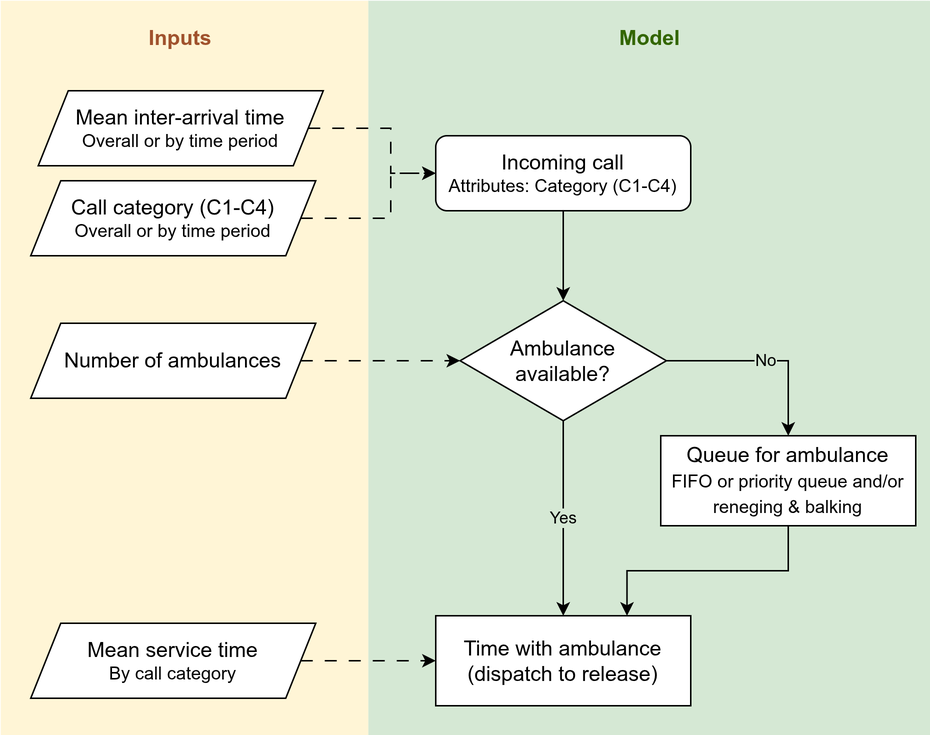
Before: docs/images/stage1.drawio.png, a diagram exported from draw.io (ambmodels/ambdes). Source tidied: cells renumbered, new cells last; positions are measured from the earlier drawing's top-left corner, leaving out a move shared by most shapes. Its diagram source:
```xml
<mxGraphModel>
  <root>
    <mxCell id="0" />
    <mxCell id="1" parent="0" />
    <mxCell id="2" style="rounded=0;whiteSpace=wrap;html=1;strokeColor=none;fillColor=#d5e8d4;" parent="1" vertex="1">
      <mxGeometry x="245" width="375" height="490" as="geometry" />
    </mxCell>
    <mxCell id="3" style="rounded=0;whiteSpace=wrap;html=1;strokeColor=none;fillColor=#fff2cc;opacity=80;" parent="1" vertex="1">
      <mxGeometry width="245" height="490" as="geometry" />
    </mxCell>
    <mxCell id="4" style="edgeStyle=orthogonalEdgeStyle;rounded=0;jettySize=auto;html=1;exitX=1;exitY=0.5;exitDx=0;exitDy=0;entryX=0;entryY=0.5;entryDx=0;entryDy=0;dashed=1;dashPattern=8 8;" parent="1" edge="1" source="5" target="15">
      <mxGeometry relative="1" as="geometry">
        <Array as="points">
          <mxPoint x="260" y="85" />
          <mxPoint x="260" y="115" />
        </Array>
      </mxGeometry>
    </mxCell>
    <mxCell id="5" value="&lt;font style=&quot;font-size: 14px;&quot;&gt;Mean inter-arrival time&lt;/font&gt;&lt;div&gt;Overall or by time period&lt;/div&gt;" style="shape=parallelogram;perimeter=parallelogramPerimeter;whiteSpace=wrap;html=1;fixedSize=1;" parent="1" vertex="1">
      <mxGeometry x="25" y="60" width="190" height="50" as="geometry" />
    </mxCell>
    <mxCell id="6" style="edgeStyle=orthogonalEdgeStyle;rounded=0;jettySize=auto;html=1;exitX=1;exitY=0.5;exitDx=0;exitDy=0;entryX=0;entryY=0.5;entryDx=0;entryDy=0;dashed=1;dashPattern=8 8;" parent="1" edge="1" source="7" target="15">
      <mxGeometry relative="1" as="geometry">
        <Array as="points">
          <mxPoint x="260" y="145" />
          <mxPoint x="260" y="115" />
        </Array>
      </mxGeometry>
    </mxCell>
    <mxCell id="7" value="&lt;font style=&quot;font-size: 14px;&quot;&gt;Call category (C1-C4)&lt;/font&gt;&lt;div&gt;Overall or by time period&lt;/div&gt;" style="shape=parallelogram;perimeter=parallelogramPerimeter;whiteSpace=wrap;html=1;fixedSize=1;" parent="1" vertex="1">
      <mxGeometry x="20" y="120" width="190" height="50" as="geometry" />
    </mxCell>
    <mxCell id="8" style="edgeStyle=orthogonalEdgeStyle;rounded=0;jettySize=auto;html=1;exitX=1;exitY=0.5;exitDx=0;exitDy=0;entryX=0;entryY=0.5;entryDx=0;entryDy=0;dashed=1;dashPattern=8 8;" parent="1" edge="1" source="9" target="18">
      <mxGeometry relative="1" as="geometry" />
    </mxCell>
    <mxCell id="9" value="&lt;span style=&quot;font-size: 14px;&quot;&gt;Number of ambulances&lt;/span&gt;" style="shape=parallelogram;perimeter=parallelogramPerimeter;whiteSpace=wrap;html=1;fixedSize=1;" parent="1" vertex="1">
      <mxGeometry x="20" y="215" width="190" height="50" as="geometry" />
    </mxCell>
    <mxCell id="10" style="edgeStyle=orthogonalEdgeStyle;rounded=0;jettySize=auto;html=1;exitX=1;exitY=0.5;exitDx=0;exitDy=0;entryX=0;entryY=0.5;entryDx=0;entryDy=0;dashed=1;dashPattern=8 8;" parent="1" edge="1" source="11" target="21">
      <mxGeometry relative="1" as="geometry" />
    </mxCell>
    <mxCell id="11" value="&lt;span style=&quot;font-size: 14px;&quot;&gt;Mean service time&lt;/span&gt;&lt;div&gt;&lt;font&gt;By call category&lt;/font&gt;&lt;/div&gt;" style="shape=parallelogram;perimeter=parallelogramPerimeter;whiteSpace=wrap;html=1;fixedSize=1;" parent="1" vertex="1">
      <mxGeometry x="20" y="415" width="190" height="50" as="geometry" />
    </mxCell>
    <mxCell id="12" value="Inputs" style="text;html=1;whiteSpace=wrap;strokeColor=none;fillColor=none;align=center;verticalAlign=middle;rounded=0;fontSize=14;fontStyle=1;fontColor=light-dark(#A0522D,#AF755B);" parent="1" vertex="1">
      <mxGeometry x="90" y="10" width="60" height="30" as="geometry" />
    </mxCell>
    <mxCell id="13" value="Model" style="text;html=1;whiteSpace=wrap;strokeColor=none;fillColor=none;align=center;verticalAlign=middle;rounded=0;fontSize=14;fontStyle=1;fontColor=#336600;" parent="1" vertex="1">
      <mxGeometry x="402.5" y="10" width="60" height="30" as="geometry" />
    </mxCell>
    <mxCell id="14" style="edgeStyle=orthogonalEdgeStyle;rounded=0;jettySize=auto;html=1;exitX=0.5;exitY=1;exitDx=0;exitDy=0;entryX=0.5;entryY=0;entryDx=0;entryDy=0;" parent="1" edge="1" source="15" target="18">
      <mxGeometry relative="1" as="geometry" />
    </mxCell>
    <mxCell id="15" value="&lt;font style=&quot;font-size: 14px;&quot;&gt;Incoming call&lt;/font&gt;&lt;div&gt;Attributes: Category (C1-C4)&lt;/div&gt;" style="rounded=1;whiteSpace=wrap;html=1;" parent="1" vertex="1">
      <mxGeometry x="290" y="90" width="170" height="50" as="geometry" />
    </mxCell>
    <mxCell id="16" value="No" style="edgeStyle=orthogonalEdgeStyle;rounded=0;jettySize=auto;html=1;exitX=1;exitY=0.5;exitDx=0;exitDy=0;labelBackgroundColor=#D5E8D4;" parent="1" edge="1" source="18" target="20">
      <mxGeometry relative="1" as="geometry" />
    </mxCell>
    <mxCell id="17" value="Yes" style="edgeStyle=orthogonalEdgeStyle;rounded=0;jettySize=auto;html=1;exitX=0.5;exitY=1;exitDx=0;exitDy=0;entryX=0.5;entryY=0;entryDx=0;entryDy=0;labelBackgroundColor=#D5E8D4;" parent="1" edge="1" source="18" target="21">
      <mxGeometry relative="1" as="geometry" />
    </mxCell>
    <mxCell id="18" value="Ambulance available?" style="rhombus;whiteSpace=wrap;html=1;fontSize=14;" parent="1" vertex="1">
      <mxGeometry x="306.2" y="200" width="137.5" height="80" as="geometry" />
    </mxCell>
    <mxCell id="19" style="edgeStyle=orthogonalEdgeStyle;rounded=0;jettySize=auto;html=1;exitX=0.5;exitY=1;exitDx=0;exitDy=0;entryX=0.75;entryY=0;entryDx=0;entryDy=0;" parent="1" edge="1" source="20" target="21">
      <mxGeometry relative="1" as="geometry" />
    </mxCell>
    <mxCell id="20" value="Queue for ambulance&lt;div&gt;&lt;font style=&quot;font-size: 12px;&quot;&gt;FIFO or priority queue and/or reneging &amp;amp; balking&lt;/font&gt;&lt;/div&gt;" style="rounded=0;whiteSpace=wrap;html=1;fontSize=14;" parent="1" vertex="1">
      <mxGeometry x="440" y="290" width="170" height="60" as="geometry" />
    </mxCell>
    <mxCell id="21" value="Time with ambulance&lt;div&gt;(dispatch to release)&lt;/div&gt;" style="rounded=0;whiteSpace=wrap;html=1;fontSize=14;" parent="1" vertex="1">
      <mxGeometry x="290" y="410" width="170" height="60" as="geometry" />
    </mxCell>
  </root>
</mxGraphModel>
```
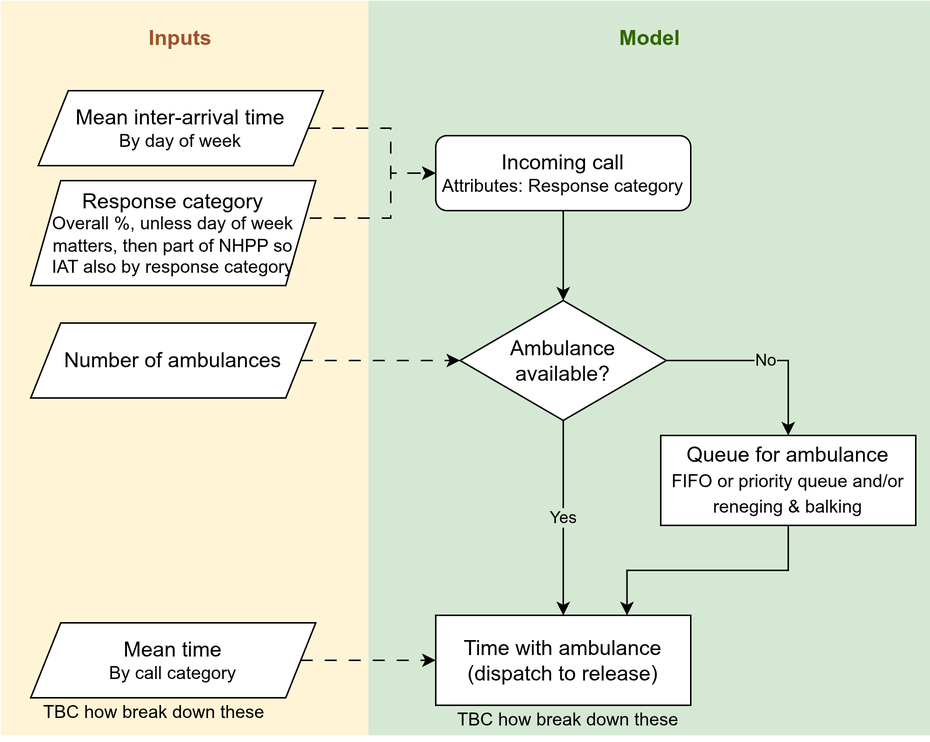
Later version of the same file.

Commit message:
docs(conceptual/literature): update following meeting with ambulance service

What changed in the source:
```diff
@@ -16,7 +16,7 @@
         </Array>
       </mxGeometry>
     </mxCell>
-    <mxCell id="5" value="&lt;font style=&quot;font-size: 14px;&quot;&gt;Mean inter-arrival time&lt;/font&gt;&lt;div&gt;Overall or by time period&lt;/div&gt;" style="shape=parallelogram;perimeter=parallelogramPerimeter;whiteSpace=wrap;html=1;fixedSize=1;" parent="1" vertex="1">
+    <mxCell id="5" value="&lt;font style=&quot;font-size: 14px;&quot;&gt;Mean inter-arrival time&lt;/font&gt;&lt;div&gt;By day of week&lt;/div&gt;" style="shape=parallelogram;perimeter=parallelogramPerimeter;whiteSpace=wrap;html=1;fixedSize=1;" parent="1" vertex="1">
       <mxGeometry x="25" y="60" width="190" height="50" as="geometry" />
     </mxCell>
     <mxCell id="6" style="edgeStyle=orthogonalEdgeStyle;rounded=0;jettySize=auto;html=1;exitX=1;exitY=0.5;exitDx=0;exitDy=0;entryX=0;entryY=0.5;entryDx=0;entryDy=0;dashed=1;dashPattern=8 8;" parent="1" edge="1" source="7" target="15">
@@ -27,8 +27,8 @@
         </Array>
       </mxGeometry>
     </mxCell>
-    <mxCell id="7" value="&lt;font style=&quot;font-size: 14px;&quot;&gt;Call category (C1-C4)&lt;/font&gt;&lt;div&gt;Overall or by time period&lt;/div&gt;" style="shape=parallelogram;perimeter=parallelogramPerimeter;whiteSpace=wrap;html=1;fixedSize=1;" parent="1" vertex="1">
-      <mxGeometry x="20" y="120" width="190" height="50" as="geometry" />
+    <mxCell id="7" value="&lt;font style=&quot;font-size: 14px;&quot;&gt;Response category&lt;/font&gt;&lt;div&gt;Overall %, unless day of week matters, then part of NHPP so&lt;/div&gt;&lt;div&gt;IAT also by response category&lt;/div&gt;" style="shape=parallelogram;perimeter=parallelogramPerimeter;whiteSpace=wrap;html=1;fixedSize=1;" parent="1" vertex="1">
+      <mxGeometry x="20" y="120" width="190" height="70" as="geometry" />
     </mxCell>
     <mxCell id="8" style="edgeStyle=orthogonalEdgeStyle;rounded=0;jettySize=auto;html=1;exitX=1;exitY=0.5;exitDx=0;exitDy=0;entryX=0;entryY=0.5;entryDx=0;entryDy=0;dashed=1;dashPattern=8 8;" parent="1" edge="1" source="9" target="18">
       <mxGeometry relative="1" as="geometry" />
@@ -39,7 +39,7 @@
     <mxCell id="10" style="edgeStyle=orthogonalEdgeStyle;rounded=0;jettySize=auto;html=1;exitX=1;exitY=0.5;exitDx=0;exitDy=0;entryX=0;entryY=0.5;entryDx=0;entryDy=0;dashed=1;dashPattern=8 8;" parent="1" edge="1" source="11" target="21">
       <mxGeometry relative="1" as="geometry" />
     </mxCell>
-    <mxCell id="11" value="&lt;span style=&quot;font-size: 14px;&quot;&gt;Mean service time&lt;/span&gt;&lt;div&gt;&lt;font&gt;By call category&lt;/font&gt;&lt;/div&gt;" style="shape=parallelogram;perimeter=parallelogramPerimeter;whiteSpace=wrap;html=1;fixedSize=1;" parent="1" vertex="1">
+    <mxCell id="11" value="&lt;span style=&quot;font-size: 14px;&quot;&gt;Mean time&lt;/span&gt;&lt;div&gt;&lt;font&gt;By call category&lt;/font&gt;&lt;/div&gt;" style="shape=parallelogram;perimeter=parallelogramPerimeter;whiteSpace=wrap;html=1;fixedSize=1;" parent="1" vertex="1">
       <mxGeometry x="20" y="415" width="190" height="50" as="geometry" />
     </mxCell>
     <mxCell id="12" value="Inputs" style="text;html=1;whiteSpace=wrap;strokeColor=none;fillColor=none;align=center;verticalAlign=middle;rounded=0;fontSize=14;fontStyle=1;fontColor=light-dark(#A0522D,#AF755B);" parent="1" vertex="1">
@@ -51,7 +51,7 @@
     <mxCell id="14" style="edgeStyle=orthogonalEdgeStyle;rounded=0;jettySize=auto;html=1;exitX=0.5;exitY=1;exitDx=0;exitDy=0;entryX=0.5;entryY=0;entryDx=0;entryDy=0;" parent="1" edge="1" source="15" target="18">
       <mxGeometry relative="1" as="geometry" />
     </mxCell>
-    <mxCell id="15" value="&lt;font style=&quot;font-size: 14px;&quot;&gt;Incoming call&lt;/font&gt;&lt;div&gt;Attributes: Category (C1-C4)&lt;/div&gt;" style="rounded=1;whiteSpace=wrap;html=1;" parent="1" vertex="1">
+    <mxCell id="15" value="&lt;font style=&quot;font-size: 14px;&quot;&gt;Incoming call&lt;/font&gt;&lt;div&gt;Attributes: Response category&lt;/div&gt;" style="rounded=1;whiteSpace=wrap;html=1;" parent="1" vertex="1">
       <mxGeometry x="290" y="90" width="170" height="50" as="geometry" />
     </mxCell>
     <mxCell id="16" value="No" style="edgeStyle=orthogonalEdgeStyle;rounded=0;jettySize=auto;html=1;exitX=1;exitY=0.5;exitDx=0;exitDy=0;labelBackgroundColor=#D5E8D4;" parent="1" edge="1" source="18" target="20">
@@ -72,5 +72,11 @@
     <mxCell id="21" value="Time with ambulance&lt;div&gt;(dispatch to release)&lt;/div&gt;" style="rounded=0;whiteSpace=wrap;html=1;fontSize=14;" parent="1" vertex="1">
       <mxGeometry x="290" y="410" width="170" height="60" as="geometry" />
     </mxCell>
+    <mxCell id="22" value="TBC how break down these" style="text;html=1;whiteSpace=wrap;strokeColor=none;fillColor=none;align=center;verticalAlign=middle;rounded=0;" parent="1" vertex="1">
+      <mxGeometry x="10" y="460" width="185" height="30" as="geometry" />
+    </mxCell>
+    <mxCell id="23" value="TBC how break down these" style="text;html=1;whiteSpace=wrap;strokeColor=none;fillColor=none;align=center;verticalAlign=middle;rounded=0;" parent="1" vertex="1">
+      <mxGeometry x="286" y="465" width="185" height="30" as="geometry" />
+    </mxCell>
   </root>
 </mxGraphModel>
```
